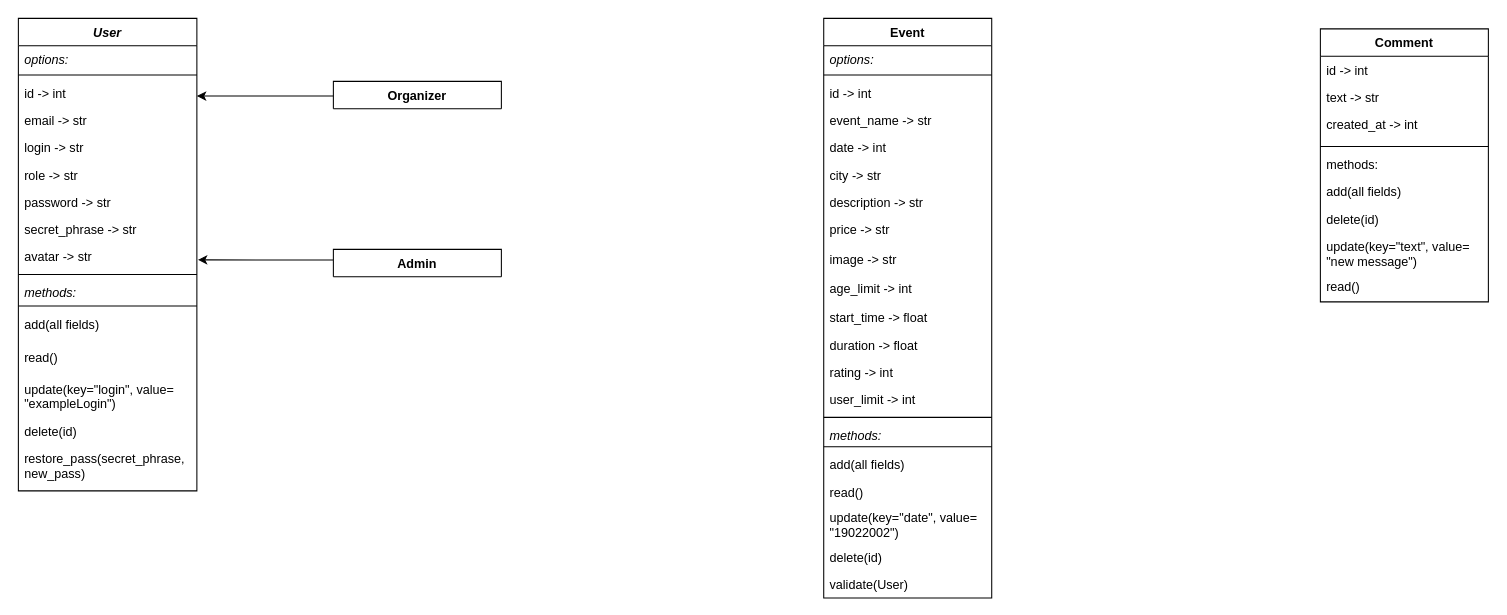
Above: diagram_class.drawio in Burchenkov/web_project (draw.io), before the change. Source tidied: cells renumbered, new cells numbered last; positions are measured from the earlier drawing's top-left corner, leaving out a move shared by most shapes. Both pictures are drawn from the tidied source at 105%, with x=0, y=0 at pixel (18, 18).
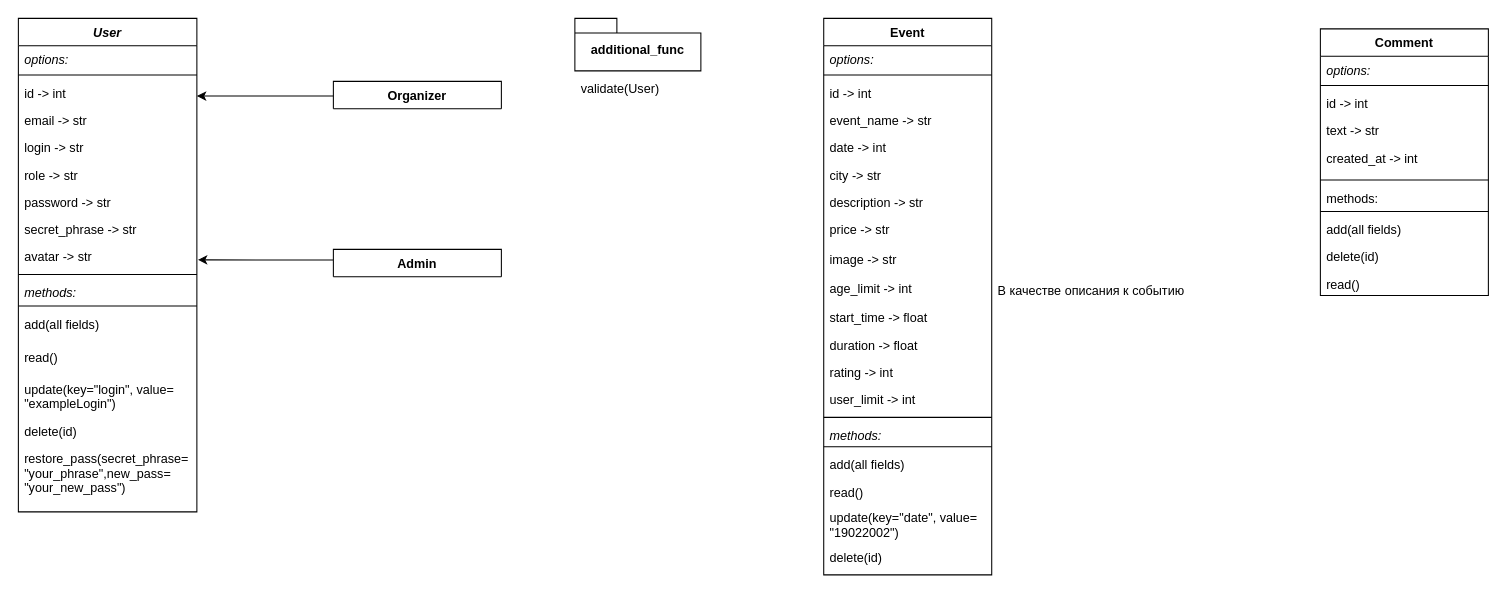
The same diagram, later.

Commit message:
update #2 diagram_class

What changed in the source:
```diff
@@
     <mxCell id="2" value="User" style="swimlane;fontStyle=3;align=center;verticalAlign=top;horizontal=1;startSize=26;rounded=0;shadow=0;strokeWidth=1;" parent="1" vertex="1">
-      <mxGeometry width="170" height="450" as="geometry" />
+      <mxGeometry width="170" height="470" as="geometry" />
     </mxCell>
@@
-    <mxCell id="19" value="restore_pass(secret_phrase,&#10;new_pass)&#10;" style="text;align=left;verticalAlign=top;spacingLeft=4;spacingRight=4;overflow=hidden;rounded=0;shadow=0;html=0;" parent="2" vertex="1">
-      <mxGeometry y="406" width="170" height="38" as="geometry" />
+    <mxCell id="19" value="restore_pass(secret_phrase=&#10;&quot;your_phrase&quot;,new_pass=&#10;&quot;your_new_pass&quot;)&#10;" style="text;align=left;verticalAlign=top;spacingLeft=4;spacingRight=4;overflow=hidden;rounded=0;shadow=0;html=0;" parent="2" vertex="1">
+      <mxGeometry y="406" width="170" height="64" as="geometry" />
     </mxCell>
@@
     <mxCell id="21" value="Event" style="swimlane;fontStyle=1;align=center;verticalAlign=top;horizontal=1;startSize=26;rounded=0;shadow=0;strokeWidth=1;" parent="1" vertex="1">
-      <mxGeometry x="767" width="160" height="552" as="geometry" />
+      <mxGeometry x="767" width="160" height="530" as="geometry" />
     </mxCell>
@@
-    <mxCell id="40" value="validate(User) " style="text;align=left;verticalAlign=top;spacingLeft=4;spacingRight=4;overflow=hidden;" parent="21" vertex="1">
-      <mxGeometry y="526" width="160" height="26" as="geometry" />
-    </mxCell>
     <mxCell id="41" value="Comment" style="swimlane;fontStyle=1;align=center;verticalAlign=top;horizontal=1;startSize=26;rounded=0;shadow=0;strokeWidth=1;" parent="1" vertex="1">
-      <mxGeometry x="1240" y="10" width="160" height="260" as="geometry" />
+      <mxGeometry x="1240" y="10" width="160" height="254" as="geometry" />
     </mxCell>
+    <mxCell id="54" value="options:" style="text;align=left;verticalAlign=top;spacingLeft=4;spacingRight=4;overflow=hidden;fontStyle=2;" parent="41" vertex="1">
+      <mxGeometry y="26" width="160" height="24" as="geometry" />
+    </mxCell>
+    <mxCell id="55" style="line;html=1;strokeWidth=1;align=left;verticalAlign=middle;spacingTop=-1;spacingLeft=3;spacingRight=3;labelPosition=right;" parent="41" vertex="1">
+      <mxGeometry y="50" width="160" height="8" as="geometry" />
+    </mxCell>
     <mxCell id="42" value="id -&gt; int" style="text;align=left;verticalAlign=top;spacingLeft=4;spacingRight=4;overflow=hidden;" parent="41" vertex="1">
-      <mxGeometry y="26" width="160" height="26" as="geometry" />
+      <mxGeometry y="58" width="160" height="26" as="geometry" />
     </mxCell>
     <mxCell id="43" value="text -&gt; str" style="text;align=left;verticalAlign=top;spacingLeft=4;spacingRight=4;overflow=hidden;rounded=0;shadow=0;html=0;" parent="41" vertex="1">
-      <mxGeometry y="52" width="160" height="26" as="geometry" />
+      <mxGeometry y="84" width="160" height="26" as="geometry" />
     </mxCell>
     <mxCell id="44" value="created_at -&gt; int&#10;&#10;&#10;&#10;" style="text;align=left;verticalAlign=top;spacingLeft=4;spacingRight=4;overflow=hidden;rounded=0;shadow=0;html=0;" parent="41" vertex="1">
-      <mxGeometry y="78" width="160" height="30" as="geometry" />
+      <mxGeometry y="110" width="160" height="30" as="geometry" />
     </mxCell>
     <mxCell id="45" style="line;html=1;strokeWidth=1;align=left;verticalAlign=middle;spacingTop=-1;spacingLeft=3;spacingRight=3;labelPosition=right;" parent="41" vertex="1">
-      <mxGeometry y="108" width="160" height="8" as="geometry" />
+      <mxGeometry y="140" width="160" height="8" as="geometry" />
     </mxCell>
     <mxCell id="46" value="methods:" style="text;align=left;verticalAlign=top;spacingLeft=4;spacingRight=4;overflow=hidden;" parent="41" vertex="1">
-      <mxGeometry y="116" width="160" height="26" as="geometry" />
+      <mxGeometry y="148" width="160" height="22" as="geometry" />
     </mxCell>
+    <mxCell id="56" style="line;html=1;strokeWidth=1;align=left;verticalAlign=middle;spacingTop=-1;spacingLeft=3;spacingRight=3;labelPosition=right;" parent="41" vertex="1">
+      <mxGeometry y="170" width="160" height="8" as="geometry" />
+    </mxCell>
     <mxCell id="47" value="add(all fields)" style="text;align=left;verticalAlign=top;spacingLeft=4;spacingRight=4;overflow=hidden;" parent="41" vertex="1">
-      <mxGeometry y="142" width="160" height="26" as="geometry" />
+      <mxGeometry y="178" width="160" height="26" as="geometry" />
     </mxCell>
     <mxCell id="48" value="delete(id)" style="text;align=left;verticalAlign=top;spacingLeft=4;spacingRight=4;overflow=hidden;" parent="41" vertex="1">
-      <mxGeometry y="168" width="160" height="26" as="geometry" />
+      <mxGeometry y="204" width="160" height="26" as="geometry" />
     </mxCell>
-    <mxCell id="49" value="update(key=&quot;text&quot;, value=&#10;&quot;new message&quot;)" style="text;align=left;verticalAlign=top;spacingLeft=4;spacingRight=4;overflow=hidden;" parent="41" vertex="1">
-      <mxGeometry y="194" width="160" height="38" as="geometry" />
-    </mxCell>
     <mxCell id="50" value="read()" style="text;align=left;verticalAlign=top;spacingLeft=4;spacingRight=4;overflow=hidden;" parent="41" vertex="1">
-      <mxGeometry y="232" width="160" height="24" as="geometry" />
+      <mxGeometry y="230" width="160" height="24" as="geometry" />
     </mxCell>
@@
+    <mxCell id="57" value="В качестве описания к событию" style="text;align=left;verticalAlign=top;spacingLeft=4;spacingRight=4;overflow=hidden;rounded=0;shadow=0;html=0;" parent="1" vertex="1">
+      <mxGeometry x="927" y="246" width="193" height="26" as="geometry" />
+    </mxCell>
+    <mxCell id="40" value="validate(User) " style="text;align=left;verticalAlign=top;spacingLeft=4;spacingRight=4;overflow=hidden;" parent="1" vertex="1">
+      <mxGeometry x="530" y="54" width="120" height="26" as="geometry" />
+    </mxCell>
+    <mxCell id="58" value="additional_func" style="shape=folder;fontStyle=1;spacingTop=10;tabWidth=40;tabHeight=14;tabPosition=left;html=1;whiteSpace=wrap;" parent="1" vertex="1">
+      <mxGeometry x="530" width="120" height="50" as="geometry" />
+    </mxCell>
```
